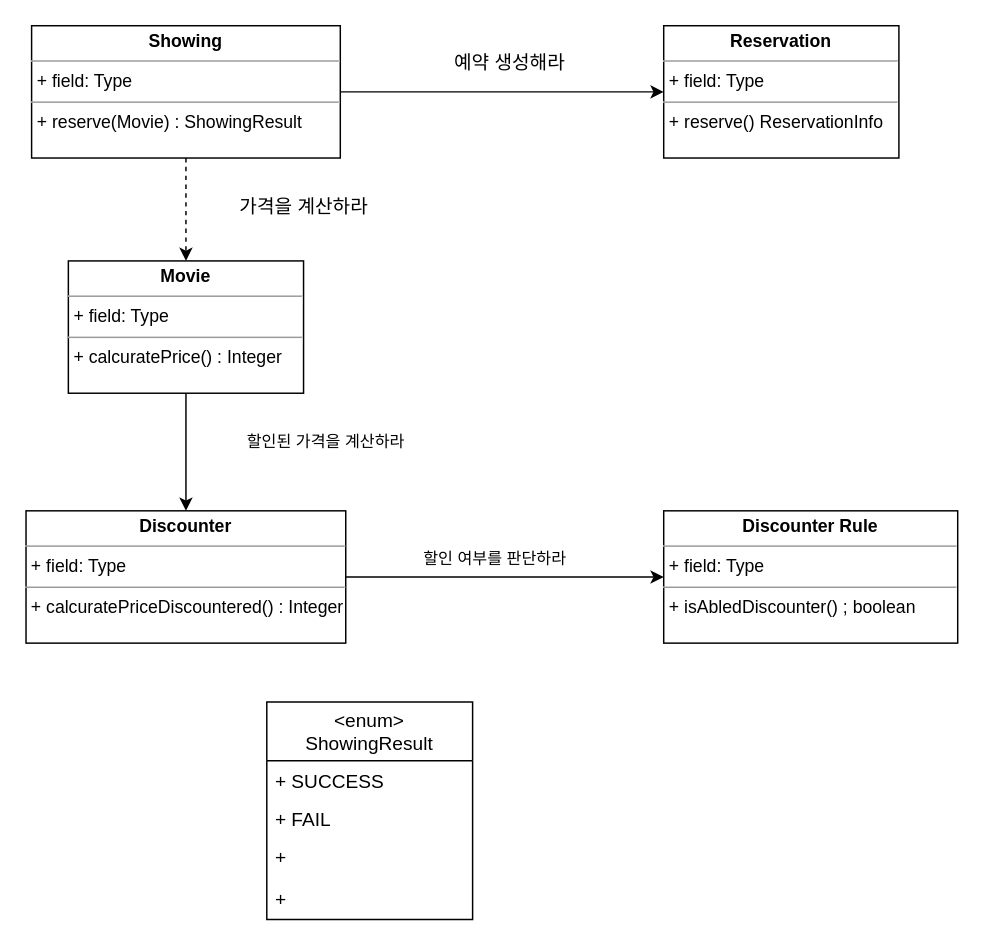
Before: page "클래스 다이어그램" (1 of 2) of reservation-movie.drawio in snowlight-aemt/movie-reservation, a draw.io diagram. Source tidied: cells renumbered, new cells numbered last; positions are measured from the earlier drawing's top-left corner, leaving out a move shared by most shapes. Both pictures are drawn from the tidied source at 147%, with x=0, y=0 at pixel (25, 25).
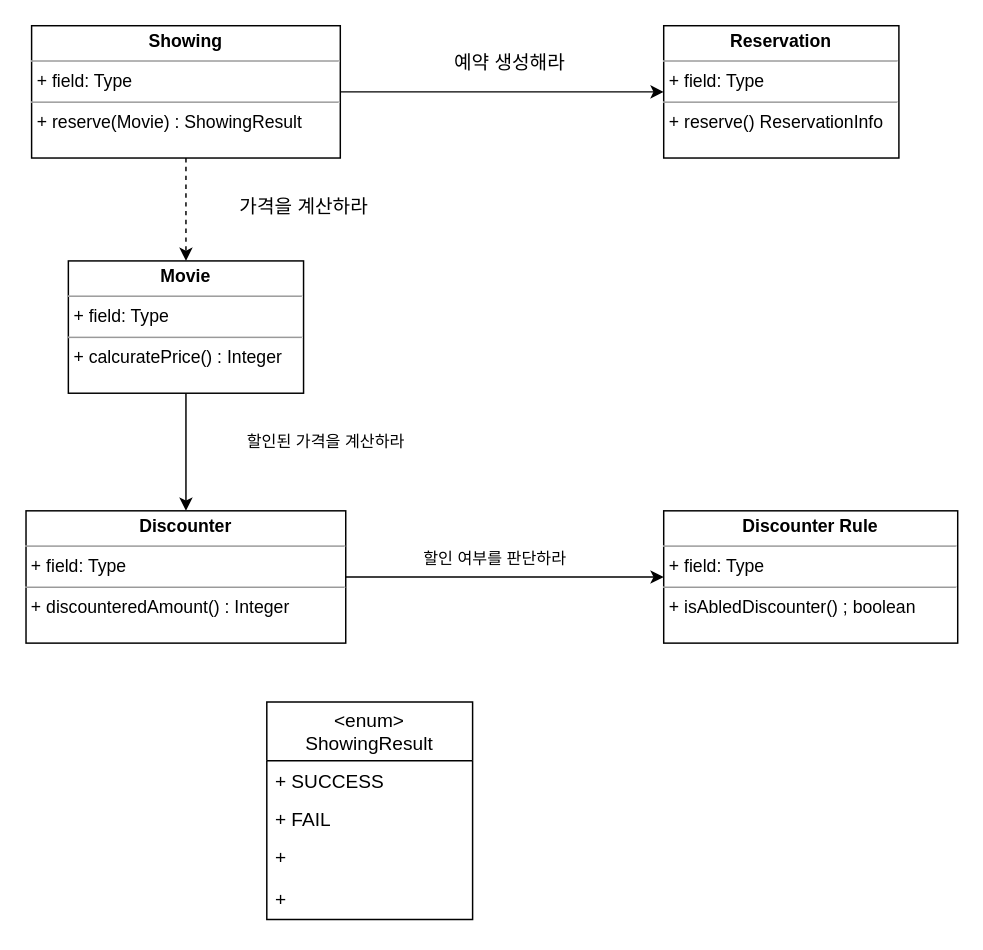
The same diagram, later.

Change to the diagram source:
```diff
@@
 <mxGraphModel>
   <root>
     <mxCell id="0" />
     <mxCell id="1" parent="0" />
     <mxCell id="2" style="edgeStyle=orthogonalEdgeStyle;rounded=0;jettySize=auto;html=1;" parent="1" edge="1" source="4" target="5">
       <mxGeometry relative="1" as="geometry" />
     </mxCell>
     <mxCell id="3" style="edgeStyle=orthogonalEdgeStyle;rounded=0;jettySize=auto;html=1;dashed=1;" parent="1" edge="1" source="4" target="7">
       <mxGeometry relative="1" as="geometry" />
     </mxCell>
     <mxCell id="4" value="&lt;p style=&quot;margin:0px;margin-top:4px;text-align:center;&quot;&gt;&lt;b&gt;Showing&lt;/b&gt;&lt;/p&gt;&lt;hr size=&quot;1&quot;&gt;&lt;p style=&quot;margin:0px;margin-left:4px;&quot;&gt;+ field: Type&lt;/p&gt;&lt;hr size=&quot;1&quot;&gt;&lt;p style=&quot;margin:0px;margin-left:4px;&quot;&gt;+ reserve(Movie) : ShowingResult&lt;/p&gt;" style="verticalAlign=top;align=left;overflow=fill;fontSize=12;fontFamily=Helvetica;html=1;whiteSpace=wrap;" parent="1" vertex="1">
       <mxGeometry x="4" width="210" height="90" as="geometry" />
     </mxCell>
     <mxCell id="5" value="&lt;p style=&quot;margin:0px;margin-top:4px;text-align:center;&quot;&gt;&lt;b&gt;Reservation&lt;/b&gt;&lt;/p&gt;&lt;hr size=&quot;1&quot;&gt;&lt;p style=&quot;margin:0px;margin-left:4px;&quot;&gt;+ field: Type&lt;/p&gt;&lt;hr size=&quot;1&quot;&gt;&lt;p style=&quot;margin:0px;margin-left:4px;&quot;&gt;+ reserve() ReservationInfo&lt;/p&gt;" style="verticalAlign=top;align=left;overflow=fill;fontSize=12;fontFamily=Helvetica;html=1;whiteSpace=wrap;" parent="1" vertex="1">
       <mxGeometry x="434" width="160" height="90" as="geometry" />
     </mxCell>
     <mxCell id="6" style="edgeStyle=orthogonalEdgeStyle;rounded=0;jettySize=auto;html=1;" parent="1" edge="1" source="7" target="9">
       <mxGeometry relative="1" as="geometry" />
     </mxCell>
     <mxCell id="7" value="&lt;p style=&quot;margin:0px;margin-top:4px;text-align:center;&quot;&gt;&lt;b&gt;Movie&lt;/b&gt;&lt;/p&gt;&lt;hr size=&quot;1&quot;&gt;&lt;p style=&quot;margin:0px;margin-left:4px;&quot;&gt;+ field: Type&lt;/p&gt;&lt;hr size=&quot;1&quot;&gt;&lt;p style=&quot;margin:0px;margin-left:4px;&quot;&gt;+ calcuratePrice() : Integer&lt;/p&gt;" style="verticalAlign=top;align=left;overflow=fill;fontSize=12;fontFamily=Helvetica;html=1;whiteSpace=wrap;" parent="1" vertex="1">
       <mxGeometry x="29" y="160" width="160" height="90" as="geometry" />
     </mxCell>
     <mxCell id="8" style="edgeStyle=orthogonalEdgeStyle;rounded=0;jettySize=auto;html=1;" parent="1" edge="1" source="9" target="10">
       <mxGeometry relative="1" as="geometry" />
     </mxCell>
-    <mxCell id="9" value="&lt;p style=&quot;margin:0px;margin-top:4px;text-align:center;&quot;&gt;&lt;b&gt;Discounter&lt;/b&gt;&lt;/p&gt;&lt;hr size=&quot;1&quot;&gt;&lt;p style=&quot;margin:0px;margin-left:4px;&quot;&gt;+ field: Type&lt;/p&gt;&lt;hr size=&quot;1&quot;&gt;&lt;p style=&quot;margin:0px;margin-left:4px;&quot;&gt;+ calcuratePriceDiscountered() : Integer&lt;/p&gt;" style="verticalAlign=top;align=left;overflow=fill;fontSize=12;fontFamily=Helvetica;html=1;whiteSpace=wrap;" parent="1" vertex="1">
+    <mxCell id="9" value="&lt;p style=&quot;margin:0px;margin-top:4px;text-align:center;&quot;&gt;&lt;b&gt;Discounter&lt;/b&gt;&lt;/p&gt;&lt;hr size=&quot;1&quot;&gt;&lt;p style=&quot;margin:0px;margin-left:4px;&quot;&gt;+ field: Type&lt;/p&gt;&lt;hr size=&quot;1&quot;&gt;&lt;p style=&quot;margin:0px;margin-left:4px;&quot;&gt;+ discounteredAmount&lt;span style=&quot;background-color: initial;&quot;&gt;() : Integer&lt;/span&gt;&lt;/p&gt;" style="verticalAlign=top;align=left;overflow=fill;fontSize=12;fontFamily=Helvetica;html=1;whiteSpace=wrap;" parent="1" vertex="1">
       <mxGeometry x="0.2" y="330" width="217.5" height="90" as="geometry" />
     </mxCell>
     <mxCell id="10" value="&lt;p style=&quot;margin:0px;margin-top:4px;text-align:center;&quot;&gt;&lt;b&gt;Discounter Rule&lt;/b&gt;&lt;/p&gt;&lt;hr size=&quot;1&quot;&gt;&lt;p style=&quot;margin:0px;margin-left:4px;&quot;&gt;+ field: Type&lt;/p&gt;&lt;hr size=&quot;1&quot;&gt;&lt;p style=&quot;margin:0px;margin-left:4px;&quot;&gt;+ isAbledDiscounter() ; boolean&lt;/p&gt;" style="verticalAlign=top;align=left;overflow=fill;fontSize=12;fontFamily=Helvetica;html=1;whiteSpace=wrap;" parent="1" vertex="1">
       <mxGeometry x="434" y="330" width="200" height="90" as="geometry" />
     </mxCell>
     <mxCell id="11" value="&lt;font style=&quot;font-size: 13px;&quot;&gt;예약 생성해라&lt;/font&gt;" style="text;html=1;align=center;verticalAlign=middle;strokeColor=none;fillColor=none;fontSize=11;fontFamily=Helvetica;fontColor=default;" parent="1" vertex="1">
       <mxGeometry x="284" y="10" width="90" height="30" as="geometry" />
     </mxCell>
     <mxCell id="12" value="&lt;font style=&quot;font-size: 13px;&quot;&gt;가격을 계산하라&lt;/font&gt;" style="text;html=1;align=center;verticalAlign=middle;strokeColor=none;fillColor=none;fontSize=11;fontFamily=Helvetica;fontColor=default;" parent="1" vertex="1">
       <mxGeometry x="134" y="108" width="110" height="30" as="geometry" />
     </mxCell>
     <mxCell id="13" value="할인된 가격을 계산하라" style="text;html=1;align=center;verticalAlign=middle;strokeColor=none;fillColor=none;fontSize=11;fontFamily=Helvetica;fontColor=default;" parent="1" vertex="1">
       <mxGeometry x="134" y="268" width="140" height="30" as="geometry" />
     </mxCell>
     <mxCell id="14" value="할인 여부를 판단하라" style="text;html=1;align=center;verticalAlign=middle;strokeColor=none;fillColor=none;fontSize=11;fontFamily=Helvetica;fontColor=default;" parent="1" vertex="1">
       <mxGeometry x="254" y="348" width="130" height="30" as="geometry" />
     </mxCell>
     <mxCell id="15" value="&lt;enum&gt;&#10;ShowingResult" style="swimlane;fontStyle=0;horizontal=1;startSize=40;fillColor=none;fontSize=13;" parent="1" vertex="1">
       <mxGeometry x="164" y="460" width="140" height="148" as="geometry" />
     </mxCell>
     <mxCell id="16" value="+ SUCCESS" style="text;strokeColor=none;fillColor=none;align=left;verticalAlign=top;spacingLeft=4;spacingRight=4;overflow=hidden;fontSize=13;" parent="15" vertex="1">
       <mxGeometry y="40" width="140" height="26" as="geometry" />
     </mxCell>
     <mxCell id="17" value="+ FAIL" style="text;strokeColor=none;fillColor=none;align=left;verticalAlign=top;spacingLeft=4;spacingRight=4;overflow=hidden;fontSize=13;" parent="15" vertex="1">
       <mxGeometry y="66" width="140" height="26" as="geometry" />
     </mxCell>
     <mxCell id="18" value="+ &#10;" style="text;strokeColor=none;fillColor=none;align=left;verticalAlign=top;spacingLeft=4;spacingRight=4;overflow=hidden;fontSize=13;" parent="15" vertex="1">
       <mxGeometry y="92" width="140" height="28" as="geometry" />
     </mxCell>
     <mxCell id="19" value="+ &#10;" style="text;strokeColor=none;fillColor=none;align=left;verticalAlign=top;spacingLeft=4;spacingRight=4;overflow=hidden;fontSize=13;" parent="15" vertex="1">
       <mxGeometry y="120" width="140" height="28" as="geometry" />
     </mxCell>
   </root>
 </mxGraphModel>
```
